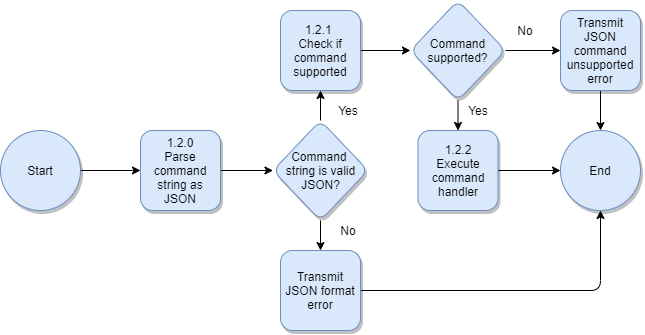
The draw.io diagram resources/drawio-diagrams/subprocess-1.2-process-obc-command.png in DalhousieSpaceSystemsLab/CubeSat-ADCS-Firmware, before a commit. Source tidied: cells renumbered, new cells last; positions are measured from the earlier drawing's top-left corner, leaving out a move shared by most shapes. Its diagram source:
```xml
<mxGraphModel>
  <root>
    <mxCell id="0" />
    <mxCell id="1" parent="0" />
    <mxCell id="2" style="edgeStyle=orthogonalEdgeStyle;rounded=0;jettySize=auto;html=1;exitX=1;exitY=0.5;exitDx=0;exitDy=0;entryX=0;entryY=0.5;entryDx=0;entryDy=0;" parent="1" edge="1" source="3" target="5">
      <mxGeometry relative="1" as="geometry" />
    </mxCell>
    <mxCell id="3" value="Start" style="ellipse;whiteSpace=wrap;html=1;fillColor=#dae8fc;strokeColor=#6c8ebf;shadow=1;" parent="1" vertex="1">
      <mxGeometry y="130" width="80" height="80" as="geometry" />
    </mxCell>
    <mxCell id="4" style="edgeStyle=orthogonalEdgeStyle;rounded=0;jettySize=auto;html=1;exitX=1;exitY=0.5;exitDx=0;exitDy=0;entryX=0;entryY=0.5;entryDx=0;entryDy=0;" parent="1" edge="1" source="5" target="8">
      <mxGeometry relative="1" as="geometry" />
    </mxCell>
    <mxCell id="5" value="1.2.0&lt;br&gt;Parse command string as JSON" style="whiteSpace=wrap;html=1;shadow=1;fillColor=#dae8fc;strokeColor=#6c8ebf;rounded=1;" parent="1" vertex="1">
      <mxGeometry x="140" y="130" width="80" height="80" as="geometry" />
    </mxCell>
    <mxCell id="6" style="edgeStyle=orthogonalEdgeStyle;rounded=0;jettySize=auto;html=1;exitX=0.5;exitY=1;exitDx=0;exitDy=0;entryX=0.5;entryY=0;entryDx=0;entryDy=0;" parent="1" edge="1" source="8" target="14">
      <mxGeometry relative="1" as="geometry" />
    </mxCell>
    <mxCell id="7" style="edgeStyle=orthogonalEdgeStyle;rounded=0;jettySize=auto;html=1;" parent="1" edge="1" source="8" target="10">
      <mxGeometry relative="1" as="geometry" />
    </mxCell>
    <mxCell id="8" value="&lt;font style=&quot;font-size: 12px&quot;&gt;Command &lt;br&gt;string is valid JSON?&lt;/font&gt;" style="rhombus;whiteSpace=wrap;html=1;rounded=1;shadow=1;strokeColor=#6c8ebf;fillColor=#dae8fc;" parent="1" vertex="1">
      <mxGeometry x="272.5" y="120" width="95" height="100" as="geometry" />
    </mxCell>
    <mxCell id="9" style="edgeStyle=orthogonalEdgeStyle;rounded=0;jettySize=auto;html=1;exitX=1;exitY=0.5;exitDx=0;exitDy=0;entryX=0;entryY=0.5;entryDx=0;entryDy=0;" parent="1" edge="1" source="10" target="20">
      <mxGeometry relative="1" as="geometry" />
    </mxCell>
    <mxCell id="10" value="1.2.1 &lt;br&gt;Check if command supported" style="whiteSpace=wrap;html=1;rounded=1;shadow=1;fillColor=#dae8fc;strokeColor=#6c8ebf;" parent="1" vertex="1">
      <mxGeometry x="280" y="10" width="80" height="80" as="geometry" />
    </mxCell>
    <mxCell id="11" style="edgeStyle=orthogonalEdgeStyle;rounded=0;jettySize=auto;html=1;exitX=1;exitY=0.5;exitDx=0;exitDy=0;entryX=0;entryY=0.5;entryDx=0;entryDy=0;" parent="1" edge="1" source="12" target="17">
      <mxGeometry relative="1" as="geometry" />
    </mxCell>
    <mxCell id="12" value="1.2.2&lt;br&gt;Execute command handler" style="whiteSpace=wrap;html=1;rounded=1;shadow=1;fillColor=#dae8fc;strokeColor=#6c8ebf;" parent="1" vertex="1">
      <mxGeometry x="417.5" y="130" width="80" height="80" as="geometry" />
    </mxCell>
    <mxCell id="13" style="edgeStyle=orthogonalEdgeStyle;rounded=1;jettySize=auto;html=1;exitX=1;exitY=0.5;exitDx=0;exitDy=0;entryX=0.5;entryY=1;entryDx=0;entryDy=0;" parent="1" edge="1" source="14" target="17">
      <mxGeometry relative="1" as="geometry" />
    </mxCell>
    <mxCell id="14" value="Transmit JSON format error" style="whiteSpace=wrap;html=1;rounded=1;shadow=1;fillColor=#dae8fc;strokeColor=#6c8ebf;" parent="1" vertex="1">
      <mxGeometry x="280" y="250" width="80" height="80" as="geometry" />
    </mxCell>
    <mxCell id="15" style="edgeStyle=orthogonalEdgeStyle;rounded=0;jettySize=auto;html=1;exitX=0.5;exitY=1;exitDx=0;exitDy=0;entryX=0.5;entryY=0;entryDx=0;entryDy=0;" parent="1" edge="1" source="16" target="17">
      <mxGeometry relative="1" as="geometry" />
    </mxCell>
    <mxCell id="16" value="Transmit JSON command unsupported error" style="whiteSpace=wrap;html=1;rounded=1;shadow=1;fillColor=#dae8fc;strokeColor=#6c8ebf;" parent="1" vertex="1">
      <mxGeometry x="560" y="10" width="80" height="80" as="geometry" />
    </mxCell>
    <mxCell id="17" value="End" style="ellipse;whiteSpace=wrap;html=1;fillColor=#dae8fc;strokeColor=#6c8ebf;shadow=1;" parent="1" vertex="1">
      <mxGeometry x="560" y="130" width="80" height="80" as="geometry" />
    </mxCell>
    <mxCell id="18" style="edgeStyle=orthogonalEdgeStyle;rounded=0;jettySize=auto;html=1;exitX=1;exitY=0.5;exitDx=0;exitDy=0;entryX=0;entryY=0.5;entryDx=0;entryDy=0;" parent="1" edge="1" source="20" target="16">
      <mxGeometry relative="1" as="geometry" />
    </mxCell>
    <mxCell id="19" style="edgeStyle=orthogonalEdgeStyle;rounded=0;jettySize=auto;html=1;exitX=0.5;exitY=1;exitDx=0;exitDy=0;entryX=0.5;entryY=0;entryDx=0;entryDy=0;" parent="1" edge="1" source="20" target="12">
      <mxGeometry relative="1" as="geometry" />
    </mxCell>
    <mxCell id="20" value="Command supported?" style="rhombus;whiteSpace=wrap;html=1;rounded=1;shadow=1;strokeColor=#6c8ebf;fillColor=#dae8fc;" parent="1" vertex="1">
      <mxGeometry x="410" width="95" height="100" as="geometry" />
    </mxCell>
    <mxCell id="21" value="Yes" style="text;html=1;strokeColor=none;fillColor=none;align=center;verticalAlign=middle;whiteSpace=wrap;rounded=0;shadow=1;" parent="1" vertex="1">
      <mxGeometry x="327.5" y="100" width="40" height="20" as="geometry" />
    </mxCell>
    <mxCell id="22" value="No" style="text;html=1;strokeColor=none;fillColor=none;align=center;verticalAlign=middle;whiteSpace=wrap;rounded=0;shadow=1;" parent="1" vertex="1">
      <mxGeometry x="327.5" y="220" width="40" height="20" as="geometry" />
    </mxCell>
    <mxCell id="23" value="Yes" style="text;html=1;strokeColor=none;fillColor=none;align=center;verticalAlign=middle;whiteSpace=wrap;rounded=0;shadow=1;" parent="1" vertex="1">
      <mxGeometry x="457.5" y="100" width="40" height="20" as="geometry" />
    </mxCell>
    <mxCell id="24" value="No" style="text;html=1;strokeColor=none;fillColor=none;align=center;verticalAlign=middle;whiteSpace=wrap;rounded=0;shadow=1;" parent="1" vertex="1">
      <mxGeometry x="505" y="20" width="40" height="20" as="geometry" />
    </mxCell>
  </root>
</mxGraphModel>
```
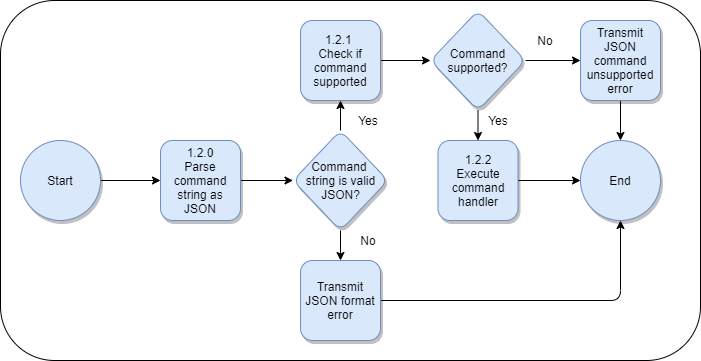
After the commit.

Change to the diagram source:
```diff
@@ -2,6 +2,9 @@
   <root>
     <mxCell id="0" />
     <mxCell id="1" parent="0" />
+    <mxCell id="25" style="rounded=1;whiteSpace=wrap;html=1;" parent="1" vertex="1">
+      <mxGeometry x="-20" y="-10" width="700" height="360" as="geometry" />
+    </mxCell>
     <mxCell id="2" style="edgeStyle=orthogonalEdgeStyle;rounded=0;jettySize=auto;html=1;exitX=1;exitY=0.5;exitDx=0;exitDy=0;entryX=0;entryY=0.5;entryDx=0;entryDy=0;" parent="1" edge="1" source="3" target="5">
       <mxGeometry relative="1" as="geometry" />
     </mxCell>
```
